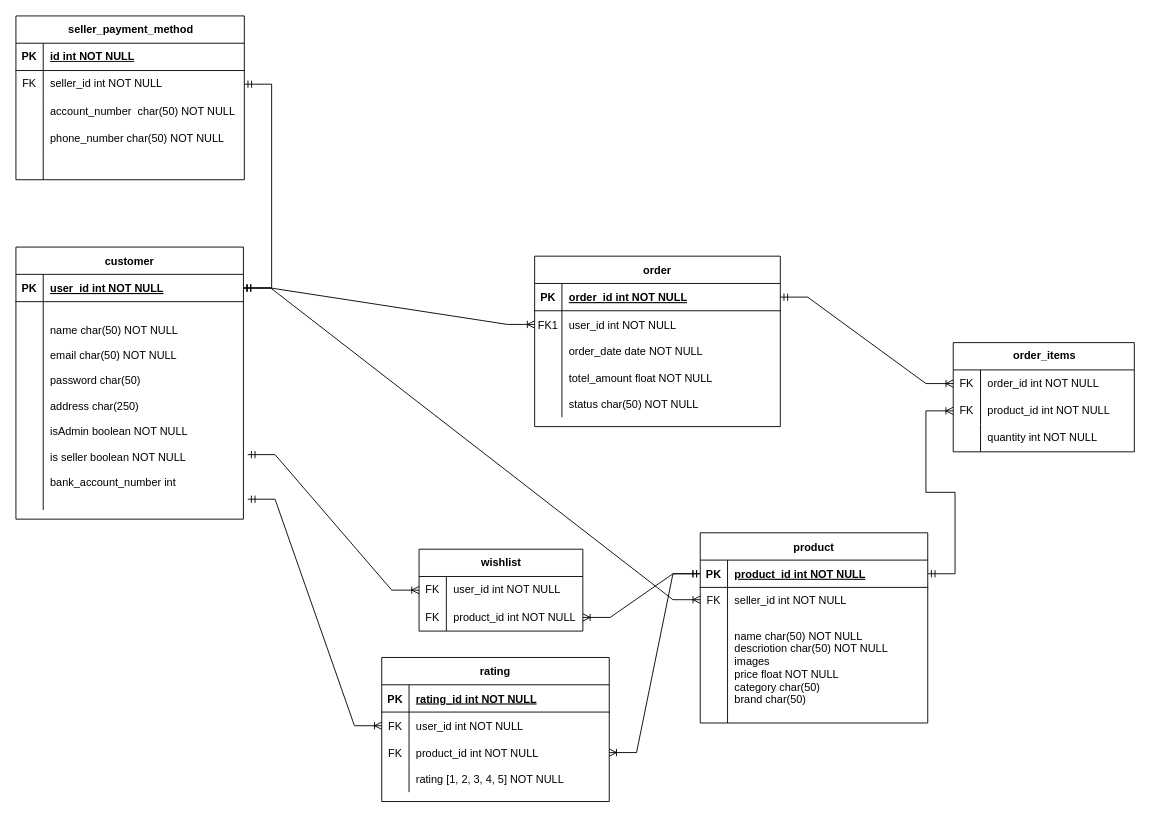
Above: docs/ERD_diagram.drawio in mhmd-k/Unsen (draw.io), before the change. Source tidied: cells renumbered, new cells numbered last; positions are measured from the earlier drawing's top-left corner, leaving out a move shared by most shapes. Both pictures are drawn from the tidied source at 91%, with x=0, y=0 at pixel (-339, 15).
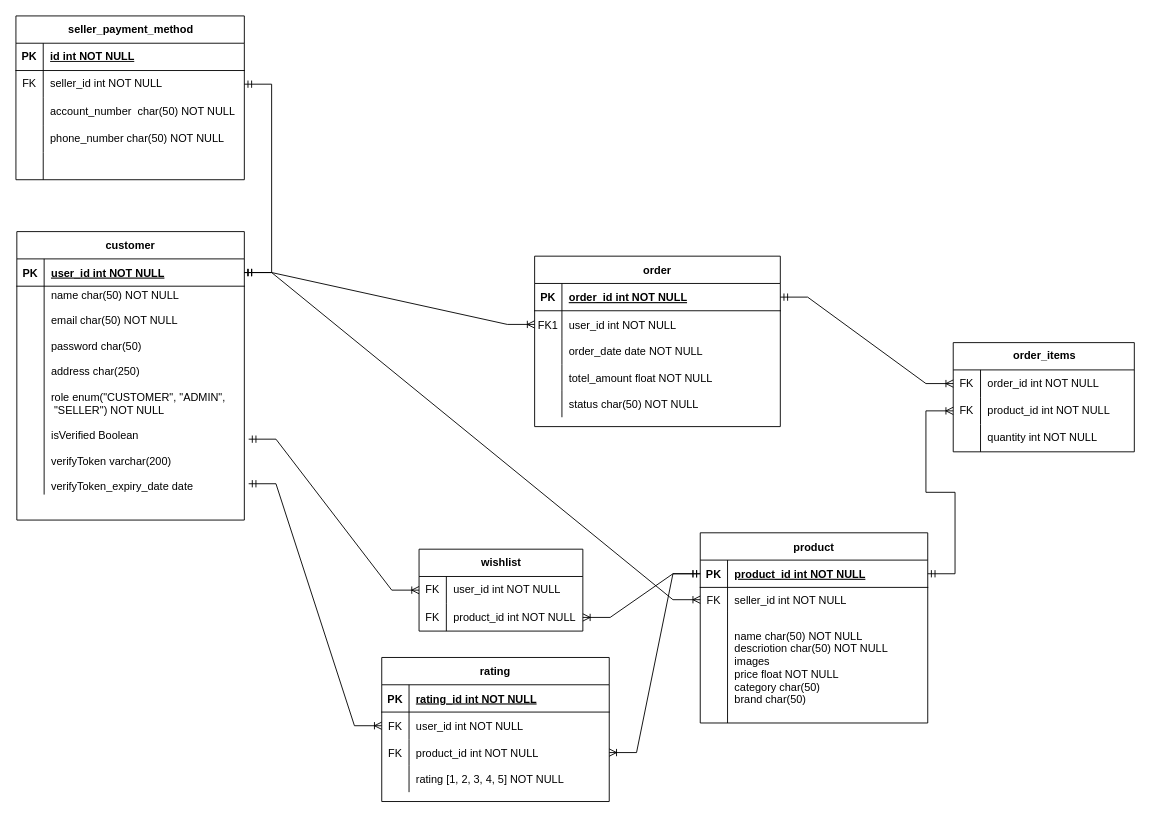
After the change.

The change refers to these unchanged cells:
```xml
<mxCell id="22" style="shape=partialRectangle;fillColor=none;points=[[0,0.5],[1,0.5]];portConstraint=eastwest;top=0;left=0;right=0;bottom=0;" parent="18" vertex="1">
  <mxGeometry y="60" width="250" height="229" as="geometry" />
</mxCell>
```

Diff of the diagram source:
```diff
@@
     <mxCell id="18" value="customer" style="shape=table;startSize=30;childLayout=tableLayout;rowLines=0;fontStyle=1;align=center;" parent="1" vertex="1">
-      <mxGeometry x="389" y="254" width="250" height="299" as="geometry" />
+      <mxGeometry x="390" y="237" width="250" height="317" as="geometry" />
     </mxCell>
@@
-    <mxCell id="24" value="name char(50) NOT NULL&#10;&#10;email char(50) NOT NULL&#10;&#10;password char(50) &#10;&#10;address char(250)&#10;&#10;isAdmin boolean NOT NULL&#10;&#10;is seller boolean NOT NULL&#10;&#10;bank_account_number int" style="shape=partialRectangle;overflow=hidden;fillColor=none;top=0;left=0;bottom=0;right=0;align=left;spacingLeft=6;" parent="22" vertex="1">
+    <mxCell id="24" value="name char(50) NOT NULL&#10;&#10;email char(50) NOT NULL&#10;&#10;password char(50) &#10;&#10;address char(250)&#10;&#10;role enum(&quot;CUSTOMER&quot;, &quot;ADMIN&quot;,&#10; &quot;SELLER&quot;) NOT NULL&#10;&#10;isVerified Boolean&#10;&#10;verifyToken varchar(200)&#10;&#10;verifyToken_expiry_date date" style="shape=partialRectangle;overflow=hidden;fillColor=none;top=0;left=0;bottom=0;right=0;align=left;spacingLeft=6;" parent="22" vertex="1">
       <mxGeometry x="30" width="220" height="229" as="geometry" />
     </mxCell>
```
